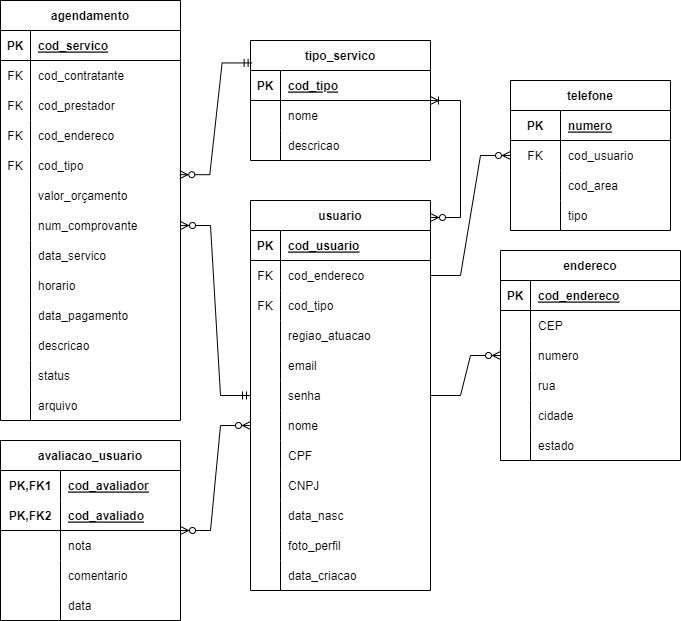
Above: assets/dados/ModeloRelacional-ChamaNow.png in ICEI-PUC-Minas-PPLES-TI/plf-es-2022-1-ti2-0924100-chamanow (draw.io), before the change. Source tidied: cells renumbered, new cells last; positions are measured from the earlier drawing's top-left corner, leaving out a move shared by most shapes.
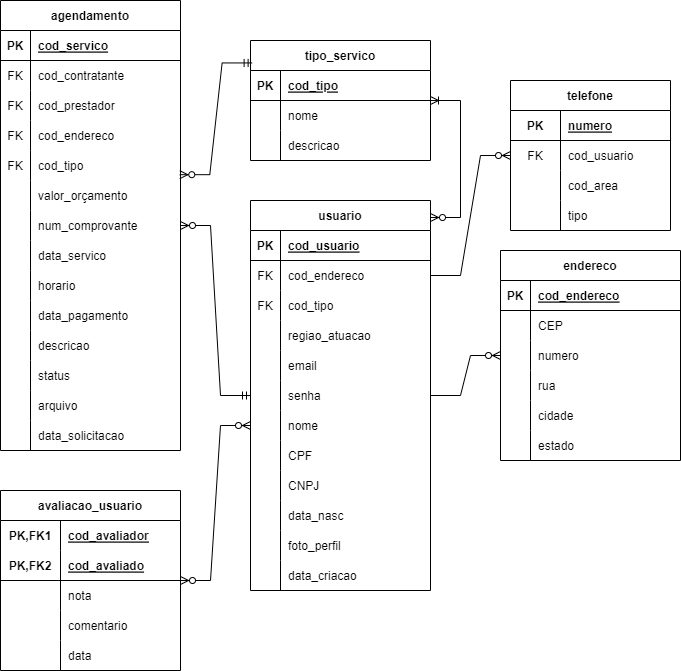
The same file after the commit.

Commit message:
[Update] Adição da coluna 'data_solicitacao' no Modelo Relacional

Diff of the diagram source:
```diff
@@ -221,7 +221,7 @@
       <mxGeometry relative="1" as="geometry" />
     </mxCell>
     <mxCell id="74" value="agendamento" style="shape=table;startSize=30;rowLines=0;fontStyle=1;align=center;" parent="1" vertex="1">
-      <mxGeometry width="180" height="420" as="geometry" />
+      <mxGeometry width="180" height="450" as="geometry" />
     </mxCell>
     <mxCell id="75" style="shape=tableRow;horizontal=0;startSize=0;swimlaneHead=0;swimlaneBody=0;fillColor=none;top=0;left=0;right=0;bottom=1;" parent="74" vertex="1">
       <mxGeometry y="30" width="180" height="30" as="geometry" />
@@ -340,8 +340,17 @@
     <mxCell id="113" value="arquivo" style="shape=partialRectangle;fillColor=none;top=0;left=0;bottom=0;right=0;align=left;spacingLeft=6;overflow=hidden;" parent="111" vertex="1">
       <mxGeometry x="30" width="150" height="30" as="geometry" />
     </mxCell>
+    <mxCell id="143" style="shape=tableRow;horizontal=0;startSize=0;swimlaneHead=0;swimlaneBody=0;fillColor=none;top=0;left=0;right=0;bottom=0;" parent="74" vertex="1">
+      <mxGeometry y="420" width="180" height="30" as="geometry" />
+    </mxCell>
+    <mxCell id="144" style="shape=partialRectangle;fillColor=none;top=0;left=0;bottom=0;right=0;overflow=hidden;" parent="143" vertex="1">
+      <mxGeometry width="30" height="30" as="geometry" />
+    </mxCell>
+    <mxCell id="145" value="data_solicitacao" style="shape=partialRectangle;fillColor=none;top=0;left=0;bottom=0;right=0;align=left;spacingLeft=6;overflow=hidden;" parent="143" vertex="1">
+      <mxGeometry x="30" width="150" height="30" as="geometry" />
+    </mxCell>
     <mxCell id="114" value="avaliacao_usuario" style="shape=table;startSize=30;rowLines=0;fontStyle=1;align=center;" parent="1" vertex="1">
-      <mxGeometry y="440" width="180" height="180" as="geometry" />
+      <mxGeometry y="490" width="180" height="180" as="geometry" />
     </mxCell>
     <mxCell id="115" style="shape=tableRow;horizontal=0;startSize=0;swimlaneHead=0;swimlaneBody=0;fillColor=none;top=0;left=0;right=0;bottom=0;" parent="114" vertex="1">
       <mxGeometry y="30" width="180" height="30" as="geometry" />
```
